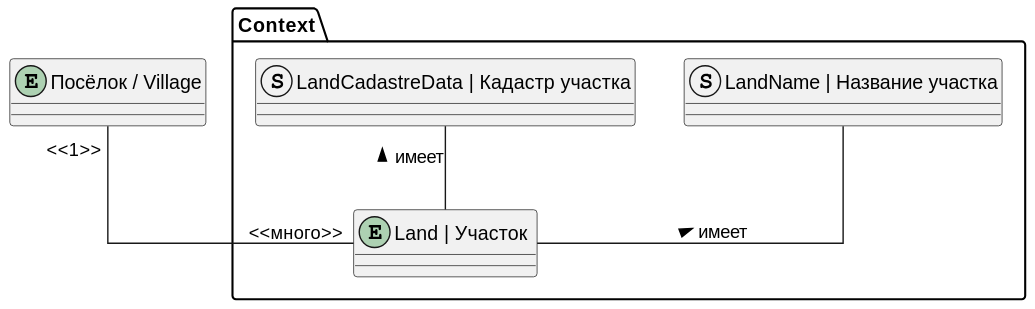
Before: docs/modules/entities/images/land.svg, a diagram exported from PlantUML (smilovanov-5am/Lokeo.Docs).
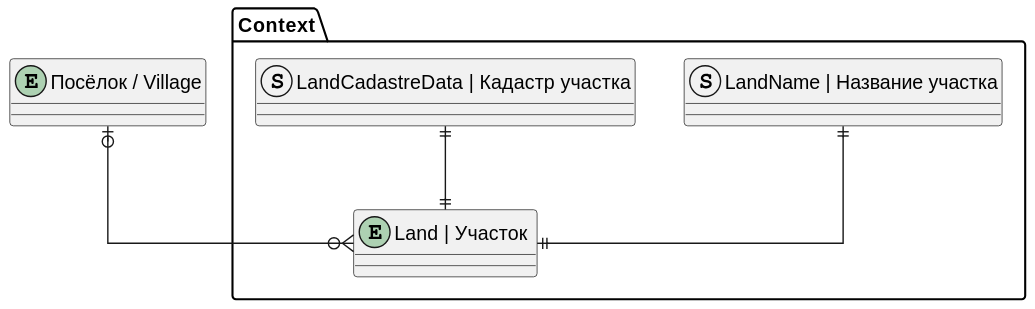
The same file after the commit.

What changed in the source:
```diff
@@ -18,8 +18,8 @@
     }
 }
 
-LandName -- Land : < имеет
-LandCadastreData -- Land : < имеет
+LandName ||--|| Land
+LandCadastreData ||--|| Land
 
 !includesub relations.puml!Land
 
```
